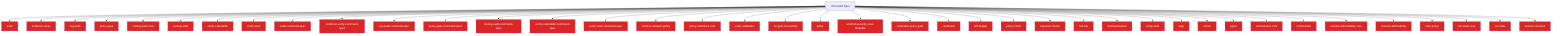
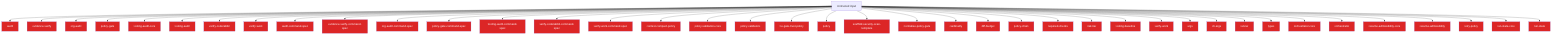
flowchart TD
  Untrusted["Untrusted input"]
  audit_b81f37a0["audit"]
  Untrusted --> audit_b81f37a0
  evidence_verify_3b73c290["evidence-verify"]
  Untrusted --> evidence_verify_3b73c290
  org_audit_d739e44b["org-audit"]
  Untrusted --> org_audit_d739e44b
  policy_gate_213f7313["policy-gate"]
  Untrusted --> policy_gate_213f7313
  tooling_audit_core_328d6a41["tooling-audit-core"]
  Untrusted --> tooling_audit_core_328d6a41
  tooling_audit_8a8239ff["tooling-audit"]
  Untrusted --> tooling_audit_8a8239ff
  verify_coderabbit_490b4e71["verify-coderabbit"]
  Untrusted --> verify_coderabbit_490b4e71
  verify_work_df70ecac["verify-work"]
  Untrusted --> verify_work_df70ecac
  audit_command_spec_5acf0149["audit-command-spec"]
  Untrusted --> audit_command_spec_5acf0149
  evidence_verify_command_spec_e1cbfea2["evidence-verify-command-spec"]
  Untrusted --> evidence_verify_command_spec_e1cbfea2
  org_audit_command_spec_1a570341["org-audit-command-spec"]
  Untrusted --> org_audit_command_spec_1a570341
  policy_gate_command_spec_71e8726a["policy-gate-command-spec"]
  Untrusted --> policy_gate_command_spec_71e8726a
  tooling_audit_command_spec_e0e57863["tooling-audit-command-spec"]
  Untrusted --> tooling_audit_command_spec_e0e57863
  verify_coderabbit_command_spec_68cc9ec5["verify-coderabbit-command-spec"]
  Untrusted --> verify_coderabbit_command_spec_68cc9ec5
  verify_work_command_spec_d6c94ac8["verify-work-command-spec"]
  Untrusted --> verify_work_command_spec_d6c94ac8
  context_compact_policy_3dcaf95d["context-compact-policy"]
  Untrusted --> context_compact_policy_3dcaf95d
  policy_validators_core_714a3fe7["policy-validators-core"]
  Untrusted --> policy_validators_core_714a3fe7
  policy_validators_6682e192["policy-validators"]
  Untrusted --> policy_validators_6682e192
  he_gate_trust_policy_b1126dfd["he-gate-trust-policy"]
  Untrusted --> he_gate_trust_policy_b1126dfd
  policy_823412d1["policy"]
  Untrusted --> policy_823412d1
  scaffold_security_scan_template_55bc7465["scaffold-security-scan-template"]
  Untrusted --> scaffold_security_scan_template_55bc7465
  normalise_policy_gate_90229693["normalise-policy-gate"]
  Untrusted --> normalise_policy_gate_90229693
  cardinality_ebef8aff["cardinality"]
  Untrusted --> cardinality_ebef8aff
  diff_budget_1_9f85eb1c["diff-budget"]
  Untrusted --> diff_budget_1_9f85eb1c
  policy_chain_0c92e343["policy-chain"]
  Untrusted --> policy_chain_0c92e343
  required_checks_46396214["required-checks"]
  Untrusted --> required_checks_46396214
  risk_tier_1_96b6ff91["risk-tier"]
  Untrusted --> risk_tier_1_96b6ff91
  tooling_baseline_50ab2eeb["tooling-baseline"]
  Untrusted --> tooling_baseline_50ab2eeb
  verify_work_1_cd8e7ec3["verify-work"]
  Untrusted --> verify_work_1_cd8e7ec3
  args_1_15220d9b["args"]
  Untrusted --> args_1_15220d9b
+   cli_args_d3dd4287["cli-args"]
+   Untrusted --> cli_args_d3dd4287
  runner_527aa9f4["runner"]
  Untrusted --> runner_527aa9f4
  types_22_f3cf4a73["types"]
  Untrusted --> types_22_f3cf4a73
  orchestrator_core_d0678b53["orchestrator-core"]
  Untrusted --> orchestrator_core_d0678b53
  orchestrator_1_6b7137c5["orchestrator"]
  Untrusted --> orchestrator_1_6b7137c5
  resume_admissibility_core_8ab84488["resume-admissibility-core"]
  Untrusted --> resume_admissibility_core_8ab84488
  resume_admissibility_a59835da["resume-admissibility"]
  Untrusted --> resume_admissibility_a59835da
  retry_policy_eebf8de9["retry-policy"]
  Untrusted --> retry_policy_eebf8de9
  run_state_core_25a955bc["run-state-core"]
  Untrusted --> run_state_core_25a955bc
  run_state_94d814a7["run-state"]
  Untrusted --> run_state_94d814a7
-   session_closeout_f3efb270["session-closeout"]
-   Untrusted --> session_closeout_f3efb270
  classDef securityNode fill:#dc2626,color:#fff
-   class audit_b81f37a0,evidence_verify_3b73c290,org_audit_d739e44b,policy_gate_213f7313,tooling_audit_core_328d6a41,tooling_audit_8a8239ff,verify_coderabbit_490b4e71,verify_work_df70ecac,audit_command_spec_5acf0149,evidence_verify_command_spec_e1cbfea2,org_audit_command_spec_1a570341,policy_gate_command_spec_71e8726a,tooling_audit_command_spec_e0e57863,verify_coderabbit_command_spec_68cc9ec5,verify_work_command_spec_d6c94ac8,context_compact_policy_3dcaf95d,policy_validators_core_714a3fe7,policy_validators_6682e192,he_gate_trust_policy_b1126dfd,policy_823412d1,scaffold_security_scan_template_55bc7465,normalise_policy_gate_90229693,cardinality_ebef8aff,diff_budget_1_9f85eb1c,policy_chain_0c92e343,required_checks_46396214,risk_tier_1_96b6ff91,tooling_baseline_50ab2eeb,verify_work_1_cd8e7ec3,args_1_15220d9b,runner_527aa9f4,types_22_f3cf4a73,orchestrator_core_d0678b53,orchestrator_1_6b7137c5,resume_admissibility_core_8ab84488,resume_admissibility_a59835da,retry_policy_eebf8de9,run_state_core_25a955bc,run_state_94d814a7,session_closeout_f3efb270 securityNode
+   class audit_b81f37a0,evidence_verify_3b73c290,org_audit_d739e44b,policy_gate_213f7313,tooling_audit_core_328d6a41,tooling_audit_8a8239ff,verify_coderabbit_490b4e71,verify_work_df70ecac,audit_command_spec_5acf0149,evidence_verify_command_spec_e1cbfea2,org_audit_command_spec_1a570341,policy_gate_command_spec_71e8726a,tooling_audit_command_spec_e0e57863,verify_coderabbit_command_spec_68cc9ec5,verify_work_command_spec_d6c94ac8,context_compact_policy_3dcaf95d,policy_validators_core_714a3fe7,policy_validators_6682e192,he_gate_trust_policy_b1126dfd,policy_823412d1,scaffold_security_scan_template_55bc7465,normalise_policy_gate_90229693,cardinality_ebef8aff,diff_budget_1_9f85eb1c,policy_chain_0c92e343,required_checks_46396214,risk_tier_1_96b6ff91,tooling_baseline_50ab2eeb,verify_work_1_cd8e7ec3,args_1_15220d9b,cli_args_d3dd4287,runner_527aa9f4,types_22_f3cf4a73,orchestrator_core_d0678b53,orchestrator_1_6b7137c5,resume_admissibility_core_8ab84488,resume_admissibility_a59835da,retry_policy_eebf8de9,run_state_core_25a955bc,run_state_94d814a7 securityNode
